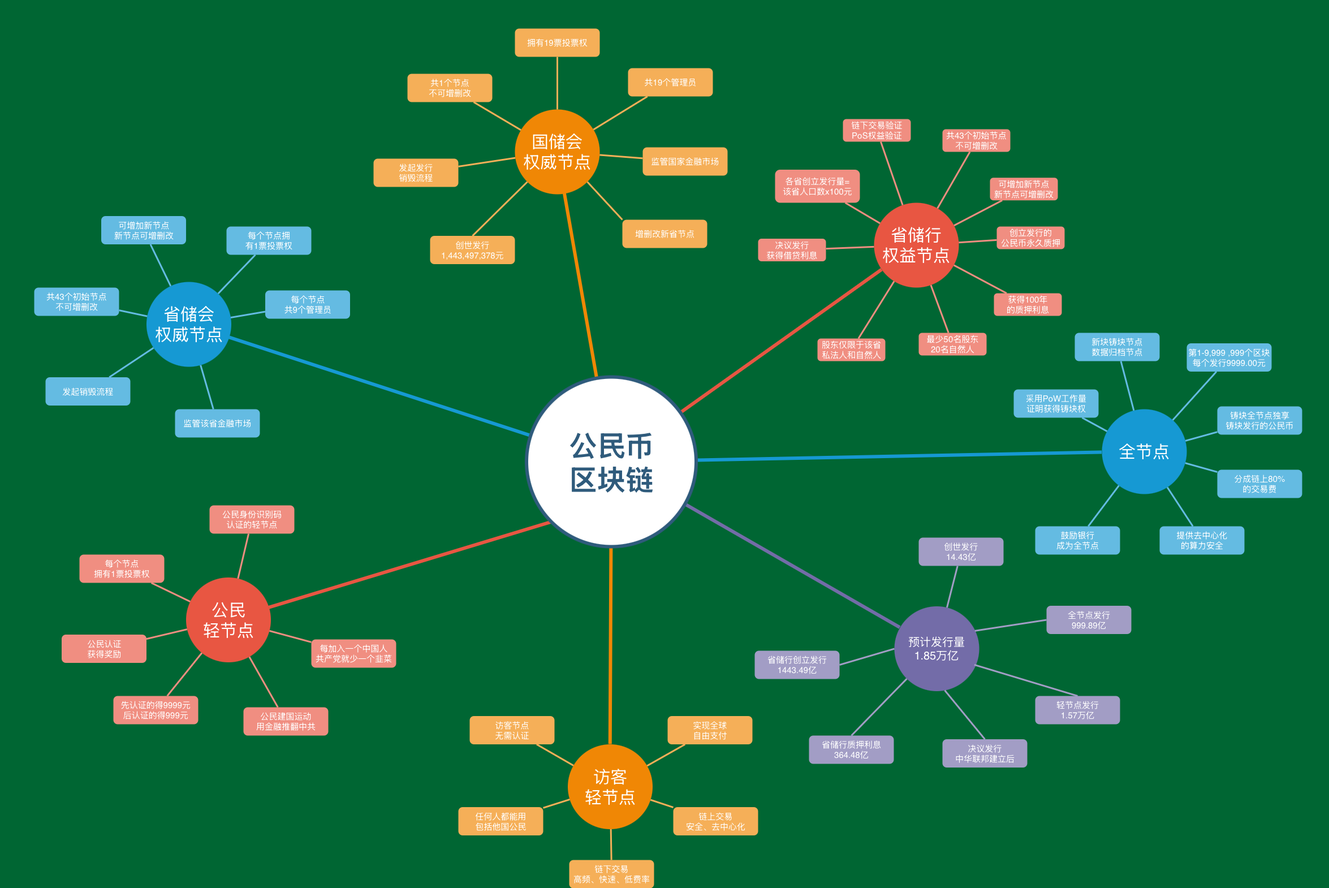
Earlier version of the draw.io export wenku/公民币区块链结构图.png (ChinaNation/GMB). Source tidied: cells renumbered, new cells last; positions are measured from the earlier drawing's top-left corner, leaving out a move shared by most shapes.
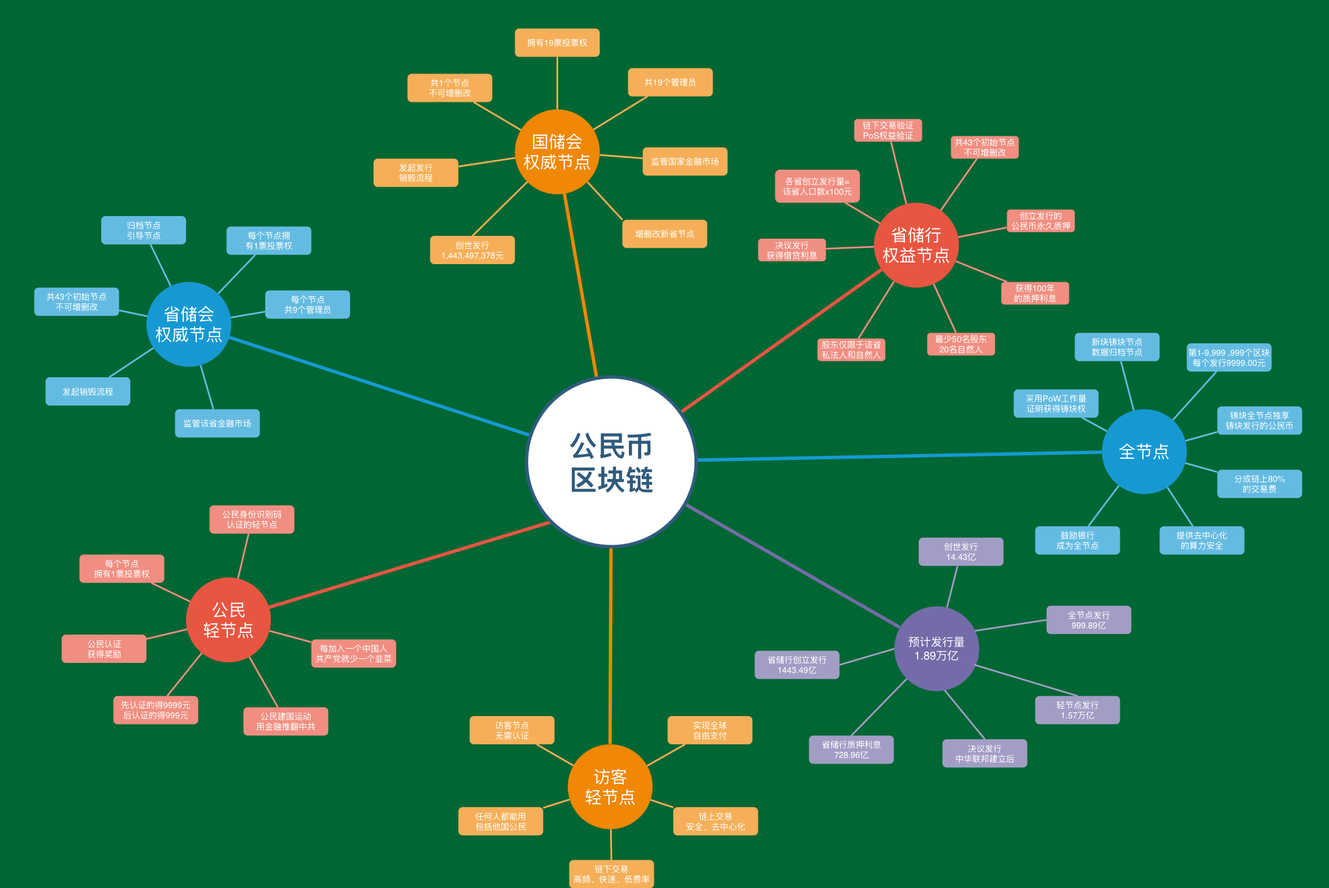
Above is the later version.

The edit, as a diff of the source:
```diff
@@ -17,7 +17,7 @@
     <mxCell id="6" value="全节点" style="ellipse;whiteSpace=wrap;html=1;shadow=0;fontFamily=Helvetica;fontSize=30;fontColor=#FFFFFF;align=center;strokeWidth=3;fillColor=#1699D3;strokeColor=none;" parent="1" vertex="1">
       <mxGeometry x="1948" y="723" width="150" height="150" as="geometry" />
     </mxCell>
-    <mxCell id="7" value="预计发行量&lt;div&gt;1.85万亿&lt;/div&gt;" style="ellipse;whiteSpace=wrap;html=1;shadow=0;fontFamily=Helvetica;fontSize=20;fontColor=#FFFFFF;align=center;strokeWidth=3;fillColor=#736ca8;strokeColor=none;" parent="1" vertex="1">
+    <mxCell id="7" value="预计发行量&lt;div&gt;1.89万亿&lt;/div&gt;" style="ellipse;whiteSpace=wrap;html=1;shadow=0;fontFamily=Helvetica;fontSize=20;fontColor=#FFFFFF;align=center;strokeWidth=3;fillColor=#736ca8;strokeColor=none;" parent="1" vertex="1">
       <mxGeometry x="1581" y="1071.5" width="150" height="150" as="geometry" />
     </mxCell>
     <mxCell id="8" value="访客&lt;div&gt;轻节点&lt;/div&gt;" style="ellipse;whiteSpace=wrap;html=1;shadow=0;fontFamily=Helvetica;fontSize=30;fontColor=#FFFFFF;align=center;strokeWidth=3;fillColor=#F08705;strokeColor=none;" parent="1" vertex="1">
@@ -56,7 +56,7 @@
     <mxCell id="19" value="共43个初始节点&lt;div&gt;不可增删改&lt;/div&gt;" style="rounded=1;fillColor=#64BBE2;strokeColor=none;strokeWidth=3;shadow=0;html=1;fontColor=#FFFFFF;fontSize=15;" parent="1" vertex="1">
       <mxGeometry x="60" y="508" width="150" height="50" as="geometry" />
     </mxCell>
-    <mxCell id="20" value="可增加新节点&lt;div&gt;新节点可增删改&lt;/div&gt;" style="rounded=1;fillColor=#64BBE2;strokeColor=none;strokeWidth=3;shadow=0;html=1;fontColor=#FFFFFF;fontSize=15;" parent="1" vertex="1">
+    <mxCell id="20" value="归档节点&lt;div&gt;引导节点&lt;/div&gt;" style="rounded=1;fillColor=#64BBE2;strokeColor=none;strokeWidth=3;shadow=0;html=1;fontColor=#FFFFFF;fontSize=15;" parent="1" vertex="1">
       <mxGeometry x="178.5" y="381.5" width="150" height="50" as="geometry" />
     </mxCell>
     <mxCell id="21" value="每个节点&lt;div&gt;共9个管理员&lt;/div&gt;" style="rounded=1;fillColor=#64BBE2;strokeColor=none;strokeWidth=3;shadow=0;html=1;fontColor=#FFFFFF;fontSize=15;" parent="1" vertex="1">
@@ -120,25 +120,22 @@
       <mxGeometry x="1370" y="299.5" width="150" height="58.5" as="geometry" />
     </mxCell>
     <mxCell id="41" value="链下交易验证&lt;div&gt;PoS权益验证&lt;/div&gt;" style="rounded=1;fillColor=#f08e81;strokeColor=none;strokeWidth=3;shadow=0;html=1;fontColor=#FFFFFF;fontSize=15;" parent="1" vertex="1">
-      <mxGeometry x="1490" y="210" width="120" height="40" as="geometry" />
+      <mxGeometry x="1510" y="210" width="120" height="40" as="geometry" />
     </mxCell>
     <mxCell id="42" value="共43个初始节点&lt;div&gt;不可增删改&lt;/div&gt;" style="rounded=1;fillColor=#f08e81;strokeColor=none;strokeWidth=3;shadow=0;html=1;fontColor=#FFFFFF;fontSize=15;" parent="1" vertex="1">
-      <mxGeometry x="1666" y="228" width="120" height="40" as="geometry" />
+      <mxGeometry x="1681" y="240" width="120" height="40" as="geometry" />
     </mxCell>
-    <mxCell id="43" value="可增加新节点&lt;div&gt;新节点可增删改&lt;/div&gt;" style="rounded=1;fillColor=#f08e81;strokeColor=none;strokeWidth=3;shadow=0;html=1;fontColor=#FFFFFF;fontSize=15;" parent="1" vertex="1">
-      <mxGeometry x="1750" y="313.8" width="120" height="40" as="geometry" />
-    </mxCell>
     <mxCell id="44" value="创立发行的&lt;div&gt;公民币永久质押&lt;/div&gt;" style="rounded=1;fillColor=#f08e81;strokeColor=none;strokeWidth=3;shadow=0;html=1;fontColor=#FFFFFF;fontSize=15;" parent="1" vertex="1">
-      <mxGeometry x="1762" y="400" width="120" height="40" as="geometry" />
+      <mxGeometry x="1780" y="370" width="120" height="40" as="geometry" />
     </mxCell>
     <mxCell id="45" value="股东仅限于该省&lt;div&gt;私法人和自然人&lt;/div&gt;" style="rounded=1;fillColor=#f08e81;strokeColor=none;strokeWidth=3;shadow=0;html=1;fontColor=#FFFFFF;fontSize=15;" parent="1" vertex="1">
       <mxGeometry x="1445" y="598" width="120" height="40" as="geometry" />
     </mxCell>
     <mxCell id="46" value="最少50名股东&lt;div&gt;20名自然人&lt;/div&gt;" style="rounded=1;fillColor=#f08e81;strokeColor=none;strokeWidth=3;shadow=0;html=1;fontColor=#FFFFFF;fontSize=15;" parent="1" vertex="1">
-      <mxGeometry x="1624" y="588" width="120" height="40" as="geometry" />
+      <mxGeometry x="1639" y="588" width="120" height="40" as="geometry" />
     </mxCell>
     <mxCell id="47" value="获得100年&lt;div&gt;的质押利息&lt;/div&gt;" style="rounded=1;fillColor=#f08e81;strokeColor=none;strokeWidth=3;shadow=0;html=1;fontColor=#FFFFFF;fontSize=15;" parent="1" vertex="1">
-      <mxGeometry x="1757" y="518" width="120" height="40" as="geometry" />
+      <mxGeometry x="1770" y="498" width="120" height="40" as="geometry" />
     </mxCell>
     <mxCell id="48" style="edgeStyle=none;endArrow=none;strokeWidth=3;strokeColor=#F08E81;html=1;" parent="1" edge="1" source="5" target="39">
       <mxGeometry x="31" y="106.5" as="geometry" />
@@ -152,9 +149,6 @@
     <mxCell id="51" style="edgeStyle=none;endArrow=none;strokeWidth=3;strokeColor=#F08E81;html=1;" parent="1" edge="1" source="5" target="42">
       <mxGeometry x="31" y="106.5" as="geometry" />
     </mxCell>
-    <mxCell id="52" style="edgeStyle=none;endArrow=none;strokeWidth=3;strokeColor=#F08E81;html=1;" parent="1" edge="1" source="5" target="43">
-      <mxGeometry x="31" y="106.5" as="geometry" />
-    </mxCell>
     <mxCell id="53" style="edgeStyle=none;endArrow=none;strokeWidth=3;strokeColor=#F08E81;html=1;" parent="1" edge="1" source="5" target="44">
       <mxGeometry x="31" y="106.5" as="geometry" />
     </mxCell>
@@ -212,7 +206,7 @@
     <mxCell id="71" value="创世发行&lt;div&gt;14.43亿&lt;/div&gt;" style="rounded=1;fillColor=#a29dc5;strokeColor=none;strokeWidth=3;shadow=0;html=1;fontColor=#FFFFFF;fontSize=15;" parent="1" vertex="1">
       <mxGeometry x="1624" y="950" width="150" height="50" as="geometry" />
     </mxCell>
-    <mxCell id="72" value="省储行质押利息&lt;div&gt;364.48亿&lt;/div&gt;" style="rounded=1;fillColor=#a29dc5;strokeColor=none;strokeWidth=3;shadow=0;html=1;fontColor=#FFFFFF;fontSize=15;" parent="1" vertex="1">
+    <mxCell id="72" value="省储行质押利息&lt;div&gt;728.96亿&lt;/div&gt;" style="rounded=1;fillColor=#a29dc5;strokeColor=none;strokeWidth=3;shadow=0;html=1;fontColor=#FFFFFF;fontSize=15;" parent="1" vertex="1">
       <mxGeometry x="1430" y="1300" width="150" height="50" as="geometry" />
     </mxCell>
     <mxCell id="73" value="省储行创立发行&lt;div&gt;1443.49亿&lt;/div&gt;" style="rounded=1;fillColor=#a29dc5;strokeColor=none;strokeWidth=3;shadow=0;html=1;fontColor=#FFFFFF;fontSize=15;" parent="1" vertex="1">
```
